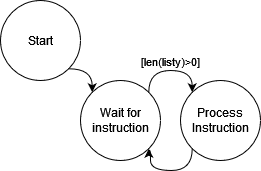
Above: DrawFSM.png in ComKhan/ME405_Lab4 (draw.io), before the change. Source tidied: cells renumbered, new cells last; positions are measured from the earlier drawing's top-left corner, leaving out a move shared by most shapes.
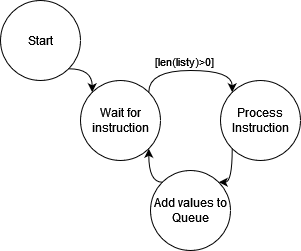
After the change.

Diff of the diagram source:
```diff
@@ -12,7 +12,7 @@
       <mxGeometry relative="1" as="geometry">
         <Array as="points">
           <mxPoint x="148" y="70" />
-          <mxPoint x="192" y="70" />
+          <mxPoint x="232" y="70" />
         </Array>
       </mxGeometry>
     </mxCell>
@@ -24,18 +24,21 @@
     <mxCell id="6" value="Wait for instruction" style="ellipse;whiteSpace=wrap;html=1;" parent="1" vertex="1">
       <mxGeometry x="80" y="80" width="80" height="80" as="geometry" />
     </mxCell>
-    <mxCell id="7" style="edgeStyle=orthogonalEdgeStyle;curved=1;rounded=0;jettySize=auto;html=1;exitX=0;exitY=1;exitDx=0;exitDy=0;entryX=1;entryY=1;entryDx=0;entryDy=0;" parent="1" edge="1" source="8" target="6">
-      <mxGeometry relative="1" as="geometry">
-        <Array as="points">
-          <mxPoint x="192" y="170" />
-          <mxPoint x="150" y="170" />
-          <mxPoint x="150" y="150" />
-          <mxPoint x="148" y="150" />
-        </Array>
-      </mxGeometry>
-    </mxCell>
+    <mxCell id="9" style="edgeStyle=orthogonalEdgeStyle;curved=1;rounded=0;jettySize=auto;html=1;exitX=0;exitY=1;exitDx=0;exitDy=0;entryX=1;entryY=0;entryDx=0;entryDy=0;" parent="1" edge="1" source="8" target="11">
+      <mxGeometry relative="1" as="geometry">
+        <Array as="points">
+          <mxPoint x="232" y="182" />
+        </Array>
+      </mxGeometry>
+    </mxCell>
     <mxCell id="8" value="Process Instruction" style="ellipse;whiteSpace=wrap;html=1;" parent="1" vertex="1">
-      <mxGeometry x="180" y="80" width="80" height="80" as="geometry" />
+      <mxGeometry x="220" y="80" width="80" height="80" as="geometry" />
     </mxCell>
+    <mxCell id="10" style="edgeStyle=orthogonalEdgeStyle;curved=1;rounded=0;jettySize=auto;html=1;exitX=0;exitY=0;exitDx=0;exitDy=0;entryX=1;entryY=1;entryDx=0;entryDy=0;" parent="1" edge="1" source="11" target="6">
+      <mxGeometry relative="1" as="geometry" />
+    </mxCell>
+    <mxCell id="11" value="Add values to Queue" style="ellipse;whiteSpace=wrap;html=1;" parent="1" vertex="1">
+      <mxGeometry x="150" y="170" width="80" height="80" as="geometry" />
+    </mxCell>
   </root>
 </mxGraphModel>
```
